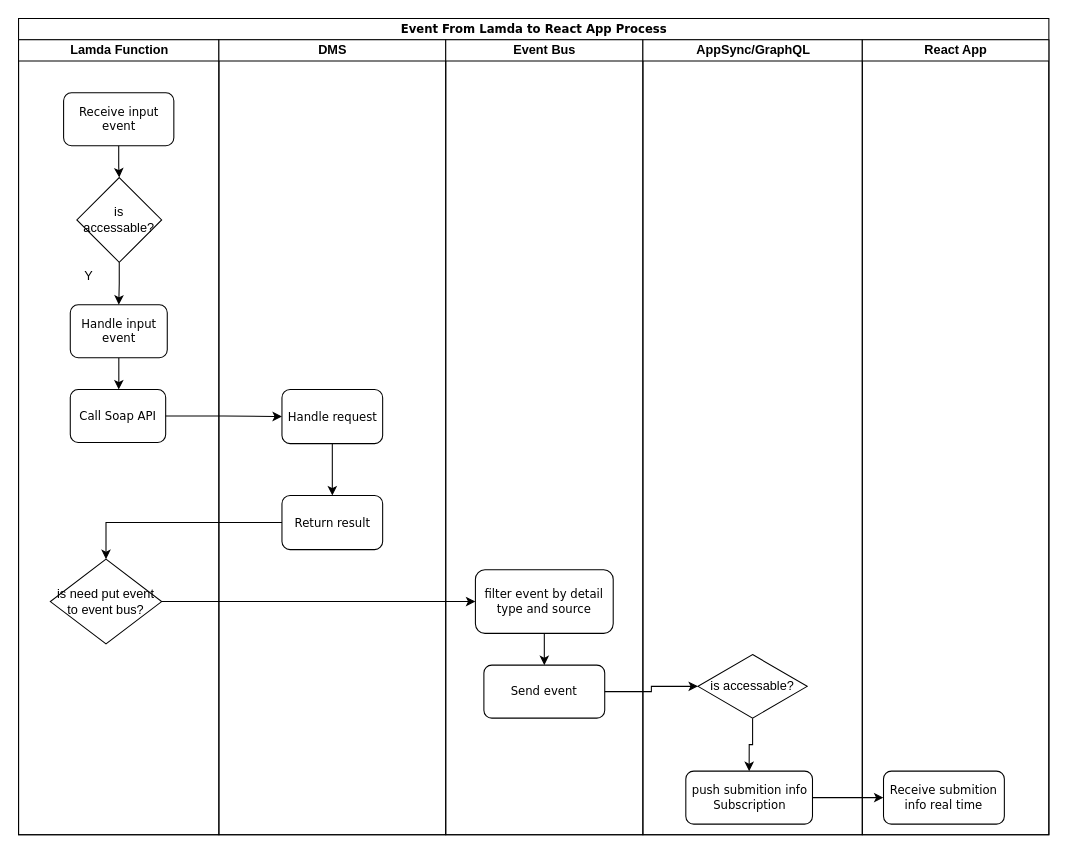
dieunguyen2003/deploycode keeps this draw.io diagram as DispathEventFromLamda.drawio. Above is the earlier version. Source tidied: cells renumbered, new cells numbered last; positions are measured from the earlier drawing's top-left corner, leaving out a move shared by most shapes. Both pictures are drawn from the tidied source at 106%, with x=0, y=0 at pixel (18, 18).
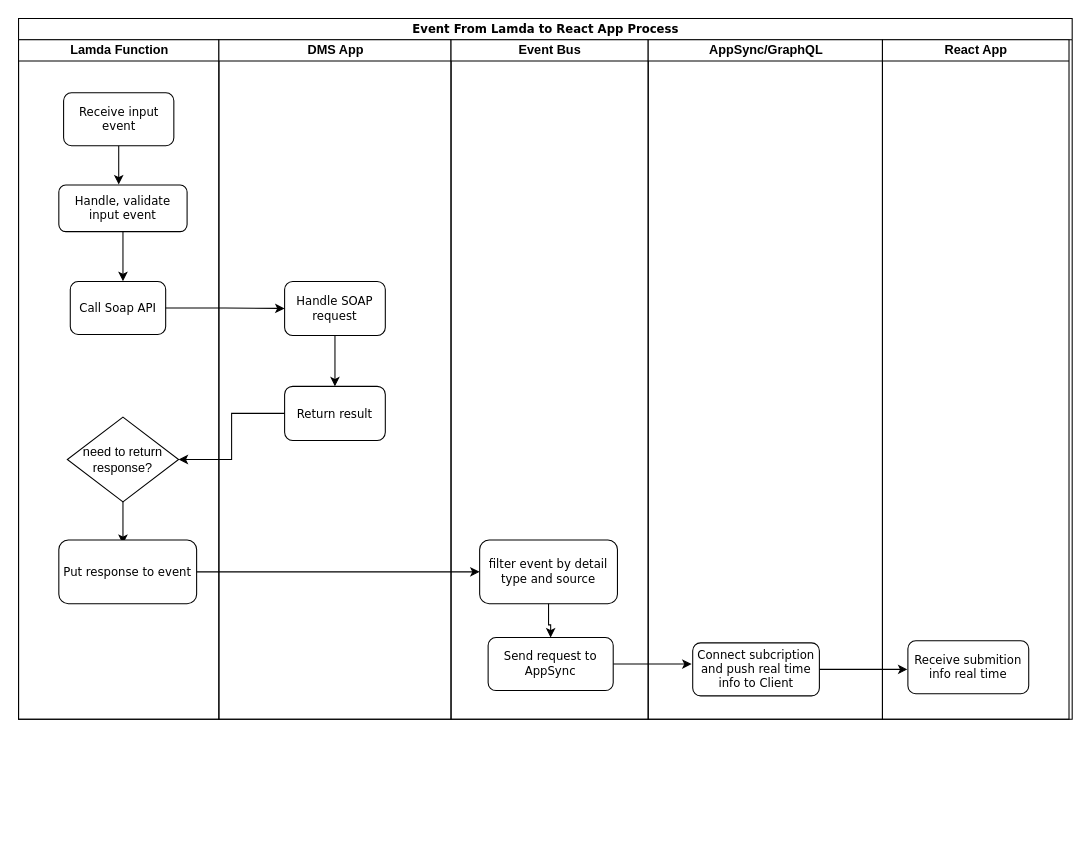
The same diagram, later.

Unchanged cells that the change refers to:
```xml
<mxCell id="5" value="&lt;font style=&quot;font-size: 11px;&quot;&gt;Receive input event&lt;/font&gt;" style="rounded=1;whiteSpace=wrap;html=1;shadow=0;labelBackgroundColor=none;strokeWidth=1;fontFamily=Verdana;fontSize=8;align=center;" parent="3" vertex="1">
  <mxGeometry x="42.5" y="50" width="104" height="50" as="geometry" />
</mxCell>
```

What changed in the source:
```diff
@@
     <mxCell id="2" value="&lt;font style=&quot;font-size: 11px;&quot;&gt;Event From Lamda to React App Process&lt;/font&gt;" style="swimlane;html=1;startSize=20;rounded=0;shadow=0;labelBackgroundColor=none;strokeWidth=1;fontFamily=Verdana;fontSize=8;align=center;" parent="1" vertex="1">
-      <mxGeometry width="972" height="770" as="geometry" />
+      <mxGeometry width="994" height="661" as="geometry" />
     </mxCell>
     <mxCell id="3" value="Lamda Function" style="swimlane;html=1;startSize=20;" parent="2" vertex="1">
-      <mxGeometry y="20" width="189" height="750" as="geometry" />
+      <mxGeometry y="20" width="189" height="641" as="geometry" />
     </mxCell>
-    <mxCell id="4" style="edgeStyle=orthogonalEdgeStyle;rounded=0;jettySize=auto;html=1;entryX=0.5;entryY=0;entryDx=0;entryDy=0;" parent="3" edge="1" source="5" target="9">
-      <mxGeometry relative="1" as="geometry" />
-    </mxCell>
+    <mxCell id="32" style="edgeStyle=orthogonalEdgeStyle;rounded=0;jettySize=auto;html=1;" parent="3" edge="1" source="5">
+      <mxGeometry relative="1" as="geometry">
+        <mxPoint x="94.5" y="136.6" as="targetPoint" />
+      </mxGeometry>
+    </mxCell>
@@
-    <mxCell id="6" style="edgeStyle=orthogonalEdgeStyle;rounded=0;jettySize=auto;html=1;" parent="3" edge="1" source="7">
-      <mxGeometry relative="1" as="geometry">
-        <mxPoint x="94.5" y="330" as="targetPoint" />
-      </mxGeometry>
-    </mxCell>
+    <mxCell id="33" style="edgeStyle=orthogonalEdgeStyle;rounded=0;jettySize=auto;html=1;" parent="3" edge="1" source="7">
+      <mxGeometry relative="1" as="geometry">
+        <mxPoint x="98.5" y="227.8" as="targetPoint" />
+      </mxGeometry>
+    </mxCell>
-    <mxCell id="7" value="&lt;font style=&quot;font-size: 11px;&quot;&gt;Handle input event&lt;/font&gt;" style="rounded=1;whiteSpace=wrap;html=1;shadow=0;labelBackgroundColor=none;strokeWidth=1;fontFamily=Verdana;fontSize=8;align=center;" parent="3" vertex="1">
-      <mxGeometry x="48.8" y="250" width="91.5" height="50" as="geometry" />
+    <mxCell id="7" value="&lt;font style=&quot;font-size: 11px;&quot;&gt;Handle, validate input event&lt;/font&gt;" style="rounded=1;whiteSpace=wrap;html=1;shadow=0;labelBackgroundColor=none;strokeWidth=1;fontFamily=Verdana;fontSize=8;align=center;" parent="3" vertex="1">
+      <mxGeometry x="38" y="137" width="121" height="44" as="geometry" />
     </mxCell>
-    <mxCell id="8" style="edgeStyle=orthogonalEdgeStyle;rounded=0;jettySize=auto;html=1;entryX=0.5;entryY=0;entryDx=0;entryDy=0;" parent="3" edge="1" source="9" target="7">
-      <mxGeometry relative="1" as="geometry" />
-    </mxCell>
-    <mxCell id="9" value="is accessable?" style="rhombus;whiteSpace=wrap;html=1;" parent="3" vertex="1">
-      <mxGeometry x="55" y="130" width="80" height="80" as="geometry" />
-    </mxCell>
     <mxCell id="10" value="&lt;span style=&quot;font-size: 11px;&quot;&gt;Call Soap API&lt;/span&gt;" style="rounded=1;whiteSpace=wrap;html=1;shadow=0;labelBackgroundColor=none;strokeWidth=1;fontFamily=Verdana;fontSize=8;align=center;" parent="3" vertex="1">
-      <mxGeometry x="48.8" y="330" width="90" height="50" as="geometry" />
+      <mxGeometry x="48.8" y="228" width="90" height="50" as="geometry" />
     </mxCell>
+    <mxCell id="34" style="edgeStyle=orthogonalEdgeStyle;rounded=0;jettySize=auto;html=1;" parent="3" edge="1" source="11">
+      <mxGeometry relative="1" as="geometry">
+        <mxPoint x="98.5" y="475.8" as="targetPoint" />
+      </mxGeometry>
+    </mxCell>
-    <mxCell id="11" value="is need put event to event bus?" style="rhombus;whiteSpace=wrap;html=1;" parent="3" vertex="1">
-      <mxGeometry x="30" y="490" width="105" height="80" as="geometry" />
+    <mxCell id="11" value="need to return response?" style="rhombus;whiteSpace=wrap;html=1;" parent="3" vertex="1">
+      <mxGeometry x="46" y="356" width="105" height="80" as="geometry" />
     </mxCell>
+    <mxCell id="35" value="&lt;font style=&quot;font-size: 11px;&quot;&gt;Put response to event&lt;/font&gt;" style="rounded=1;whiteSpace=wrap;html=1;shadow=0;labelBackgroundColor=none;strokeWidth=1;fontFamily=Verdana;fontSize=8;align=center;" parent="3" vertex="1">
+      <mxGeometry x="38" y="472" width="130" height="60" as="geometry" />
+    </mxCell>
-    <mxCell id="12" value="DMS" style="swimlane;html=1;startSize=20;" parent="2" vertex="1">
-      <mxGeometry x="189" y="20" width="214" height="750" as="geometry" />
+    <mxCell id="12" value="DMS App" style="swimlane;html=1;startSize=20;" parent="2" vertex="1">
+      <mxGeometry x="189" y="20" width="219" height="641" as="geometry" />
     </mxCell>
@@
-    <mxCell id="14" value="&lt;font style=&quot;font-size: 11px;&quot;&gt;Handle request&lt;/font&gt;" style="rounded=1;whiteSpace=wrap;html=1;shadow=0;labelBackgroundColor=none;strokeWidth=1;fontFamily=Verdana;fontSize=8;align=center;" parent="12" vertex="1">
-      <mxGeometry x="59.5" y="330" width="95" height="51" as="geometry" />
+    <mxCell id="14" value="&lt;font style=&quot;font-size: 11px;&quot;&gt;Handle SOAP request&lt;/font&gt;" style="rounded=1;whiteSpace=wrap;html=1;shadow=0;labelBackgroundColor=none;strokeWidth=1;fontFamily=Verdana;fontSize=8;align=center;" parent="12" vertex="1">
+      <mxGeometry x="62" y="228" width="95" height="51" as="geometry" />
     </mxCell>
     <mxCell id="15" value="&lt;font style=&quot;font-size: 11px;&quot;&gt;Return result&lt;/font&gt;" style="rounded=1;whiteSpace=wrap;html=1;shadow=0;labelBackgroundColor=none;strokeWidth=1;fontFamily=Verdana;fontSize=8;align=center;" parent="12" vertex="1">
-      <mxGeometry x="59.5" y="430" width="95" height="51" as="geometry" />
+      <mxGeometry x="62" y="327" width="95" height="51" as="geometry" />
     </mxCell>
     <mxCell id="16" value="Event Bus" style="swimlane;html=1;startSize=20;" parent="2" vertex="1">
-      <mxGeometry x="403" y="20" width="186" height="750" as="geometry" />
+      <mxGeometry x="408" y="20" width="186" height="641" as="geometry" />
     </mxCell>
+    <mxCell id="20" value="AppSync/GraphQL" style="swimlane;html=1;startSize=20;" parent="2" vertex="1">
+      <mxGeometry x="594" y="20" width="221" height="641" as="geometry" />
+    </mxCell>
+    <mxCell id="18" value="&lt;font style=&quot;font-size: 11px;&quot;&gt;filter event by detail type and source&lt;/font&gt;" style="rounded=1;whiteSpace=wrap;html=1;shadow=0;labelBackgroundColor=none;strokeWidth=1;fontFamily=Verdana;fontSize=8;align=center;" parent="20" vertex="1">
+      <mxGeometry x="-159" y="472" width="130" height="60" as="geometry" />
+    </mxCell>
+    <mxCell id="36" style="edgeStyle=orthogonalEdgeStyle;rounded=0;jettySize=auto;html=1;" parent="20" edge="1" source="19">
+      <mxGeometry relative="1" as="geometry">
+        <mxPoint x="41" y="589" as="targetPoint" />
+      </mxGeometry>
+    </mxCell>
+    <mxCell id="19" value="&lt;span style=&quot;font-size: 11px;&quot;&gt;Send request to AppSync&lt;/span&gt;" style="rounded=1;whiteSpace=wrap;html=1;shadow=0;labelBackgroundColor=none;strokeWidth=1;fontFamily=Verdana;fontSize=8;align=center;" parent="20" vertex="1">
+      <mxGeometry x="-151" y="564" width="118" height="50" as="geometry" />
+    </mxCell>
-    <mxCell id="17" style="edgeStyle=orthogonalEdgeStyle;rounded=0;jettySize=auto;html=1;" parent="16" edge="1" source="18" target="19">
+    <mxCell id="17" style="edgeStyle=orthogonalEdgeStyle;rounded=0;jettySize=auto;html=1;" parent="20" edge="1" source="18" target="19">
       <mxGeometry relative="1" as="geometry" />
     </mxCell>
-    <mxCell id="18" value="&lt;font style=&quot;font-size: 11px;&quot;&gt;filter event by detail type and source&lt;/font&gt;" style="rounded=1;whiteSpace=wrap;html=1;shadow=0;labelBackgroundColor=none;strokeWidth=1;fontFamily=Verdana;fontSize=8;align=center;" parent="16" vertex="1">
-      <mxGeometry x="28" y="500" width="130" height="60" as="geometry" />
-    </mxCell>
-    <mxCell id="19" value="&lt;span style=&quot;font-size: 11px;&quot;&gt;Send event&lt;/span&gt;" style="rounded=1;whiteSpace=wrap;html=1;shadow=0;labelBackgroundColor=none;strokeWidth=1;fontFamily=Verdana;fontSize=8;align=center;" parent="16" vertex="1">
-      <mxGeometry x="36" y="590" width="114" height="50" as="geometry" />
-    </mxCell>
-    <mxCell id="20" value="AppSync/GraphQL" style="swimlane;html=1;startSize=20;" parent="2" vertex="1">
-      <mxGeometry x="589" y="20" width="207" height="750" as="geometry" />
-    </mxCell>
-    <mxCell id="21" style="edgeStyle=orthogonalEdgeStyle;rounded=0;jettySize=auto;html=1;entryX=0.5;entryY=0;entryDx=0;entryDy=0;" parent="20" edge="1" source="22" target="23">
-      <mxGeometry relative="1" as="geometry" />
-    </mxCell>
-    <mxCell id="22" value="is accessable?" style="rhombus;whiteSpace=wrap;html=1;" parent="20" vertex="1">
-      <mxGeometry x="52" y="580" width="103" height="60" as="geometry" />
-    </mxCell>
+    <mxCell id="37" style="edgeStyle=orthogonalEdgeStyle;rounded=0;jettySize=auto;html=1;" parent="20" edge="1" source="23">
+      <mxGeometry relative="1" as="geometry">
+        <mxPoint x="244.6" y="594" as="targetPoint" />
+      </mxGeometry>
+    </mxCell>
-    <mxCell id="23" value="&lt;font style=&quot;font-size: 11px;&quot;&gt;push submition info&lt;br&gt;Subscription&lt;/font&gt;" style="rounded=1;whiteSpace=wrap;html=1;shadow=0;labelBackgroundColor=none;strokeWidth=1;fontFamily=Verdana;fontSize=8;align=center;" parent="20" vertex="1">
-      <mxGeometry x="40.5" y="690" width="119.5" height="50" as="geometry" />
+    <mxCell id="23" value="&lt;span style=&quot;font-size: 11px;&quot;&gt;Connect subcription and push real time info to Client&lt;/span&gt;" style="rounded=1;whiteSpace=wrap;html=1;shadow=0;labelBackgroundColor=none;strokeWidth=1;fontFamily=Verdana;fontSize=8;align=center;" parent="20" vertex="1">
+      <mxGeometry x="42" y="569" width="119.5" height="50" as="geometry" />
     </mxCell>
     <mxCell id="24" value="React App" style="swimlane;html=1;startSize=20;" parent="2" vertex="1">
-      <mxGeometry x="796" y="20" width="176" height="750" as="geometry" />
+      <mxGeometry x="815" y="20" width="176" height="641" as="geometry" />
     </mxCell>
     <mxCell id="25" value="&lt;span style=&quot;font-size: 11px;&quot;&gt;Receive submition info real time&lt;/span&gt;" style="rounded=1;whiteSpace=wrap;html=1;shadow=0;labelBackgroundColor=none;strokeWidth=1;fontFamily=Verdana;fontSize=8;align=center;" parent="24" vertex="1">
-      <mxGeometry x="20" y="690" width="114" height="50" as="geometry" />
+      <mxGeometry x="24" y="567" width="114" height="50" as="geometry" />
     </mxCell>
@@
-    <mxCell id="28" style="edgeStyle=orthogonalEdgeStyle;rounded=0;jettySize=auto;html=1;entryX=0;entryY=0.5;entryDx=0;entryDy=0;" parent="2" edge="1" source="11" target="18">
-      <mxGeometry relative="1" as="geometry">
-        <Array as="points">
-          <mxPoint x="421" y="550" />
-        </Array>
-      </mxGeometry>
-    </mxCell>
-    <mxCell id="29" style="edgeStyle=orthogonalEdgeStyle;rounded=0;jettySize=auto;html=1;entryX=0;entryY=0.5;entryDx=0;entryDy=0;" parent="2" edge="1" source="19" target="22">
-      <mxGeometry relative="1" as="geometry" />
-    </mxCell>
-    <mxCell id="30" style="edgeStyle=orthogonalEdgeStyle;rounded=0;jettySize=auto;html=1;entryX=0;entryY=0.5;entryDx=0;entryDy=0;" parent="2" edge="1" source="23" target="25">
-      <mxGeometry relative="1" as="geometry" />
-    </mxCell>
-    <mxCell id="31" value="Y" style="text;html=1;align=center;verticalAlign=middle;strokeColor=none;fillColor=none;" parent="1" vertex="1">
-      <mxGeometry x="51" y="228" width="30" height="30" as="geometry" />
-    </mxCell>
+    <mxCell id="38" style="edgeStyle=orthogonalEdgeStyle;rounded=0;jettySize=auto;html=1;entryX=0;entryY=0.5;entryDx=0;entryDy=0;" parent="2" edge="1" source="35" target="18">
+      <mxGeometry relative="1" as="geometry" />
+    </mxCell>
```
